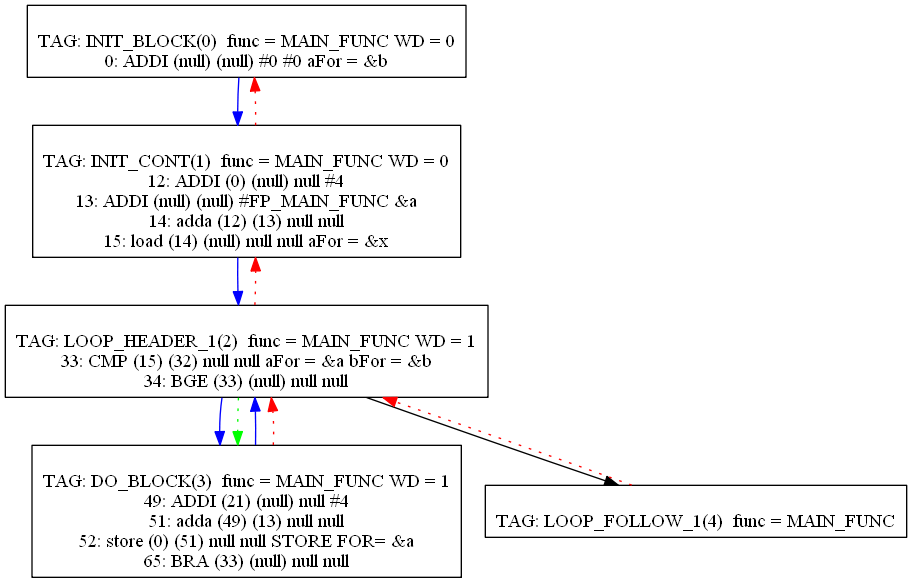
This is Compiler/26graph.png from mbajaj92/Project-Astoria, a Graphviz export, as it was before one commit. Its source is kept beside it as Compiler/26graph.dot.
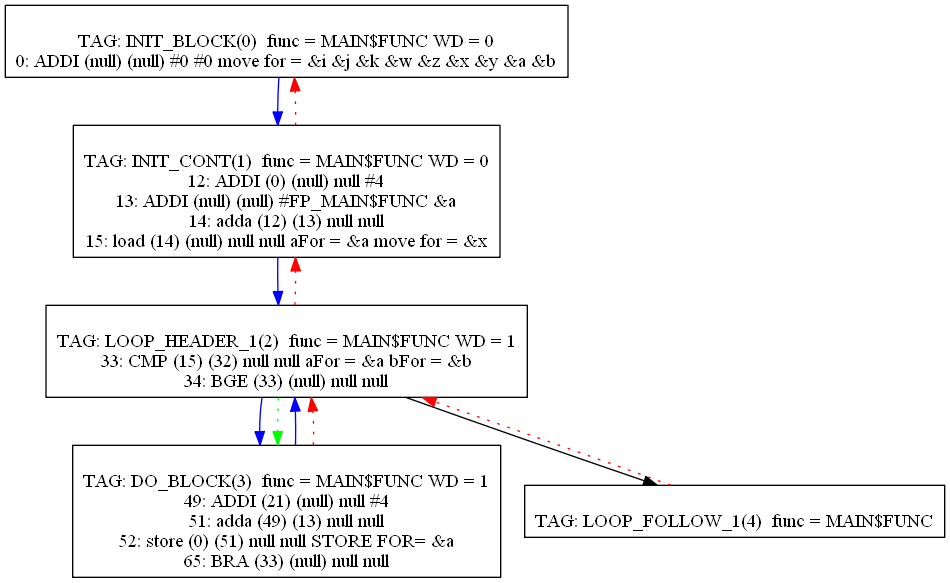
The same diagram one commit later.

What changed in the source:
```diff
@@ -1,22 +1,22 @@
 digraph {
 0[label="
-TAG: INIT_BLOCK(0)  func = MAIN_FUNC WD = 0
-0: ADDI (null) (null) #0 #0 aFor = &b
+TAG: INIT_BLOCK(0)  func = MAIN$FUNC WD = 0
+0: ADDI (null) (null) #0 #0 move for = &i &j &k &w &z &x &y &a &b
 "];
 0[shape=box];
 0 -> 1[color=blue]
 1[label="
-TAG: INIT_CONT(1)  func = MAIN_FUNC WD = 0
+TAG: INIT_CONT(1)  func = MAIN$FUNC WD = 0
 12: ADDI (0) (null) null #4
-13: ADDI (null) (null) #FP_MAIN_FUNC &a
+13: ADDI (null) (null) #FP_MAIN$FUNC &a
 14: adda (12) (13) null null
-15: load (14) (null) null null aFor = &x
+15: load (14) (null) null null aFor = &a move for = &x
 "];
 1[shape=box];
 1 -> 2[color=blue]
 1 -> 0[color=red][style=dotted]
 2[label="
-TAG: LOOP_HEADER_1(2)  func = MAIN_FUNC WD = 1
+TAG: LOOP_HEADER_1(2)  func = MAIN$FUNC WD = 1
 33: CMP (15) (32) null null aFor = &a bFor = &b
 34: BGE (33) (null) null null
 "];
@@ -26,7 +26,7 @@
 2 -> 1[color=red][style=dotted]
 2 -> 3[color=green][style=dotted]
 3[label="
-TAG: DO_BLOCK(3)  func = MAIN_FUNC WD = 1
+TAG: DO_BLOCK(3)  func = MAIN$FUNC WD = 1
 49: ADDI (21) (null) null #4
 51: adda (49) (13) null null
 52: store (0) (51) null null STORE FOR= &a
@@ -36,7 +36,7 @@
 3 -> 2[color=blue]
 3 -> 2[color=red][style=dotted]
 4[label="
-TAG: LOOP_FOLLOW_1(4)  func = MAIN_FUNC
+TAG: LOOP_FOLLOW_1(4)  func = MAIN$FUNC
 "];
 4[shape=box];
 4 -> 2[color=red][style=dotted]
```
